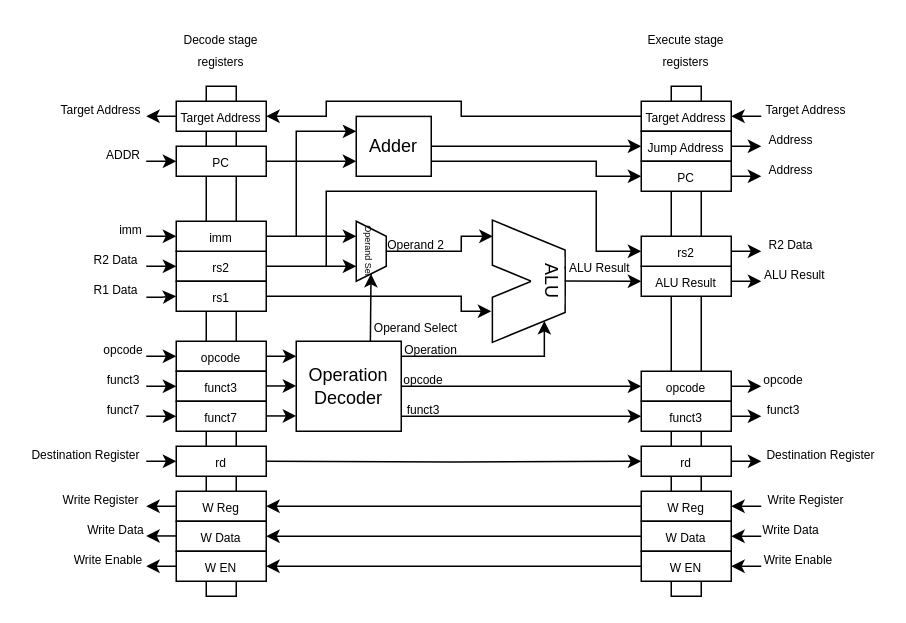
Above: page "Execute stage" (4 of 6) of docs/imgs/microarchitecture/multi-cycle_datapath.drawio in WachirawichN/C0-CPU (draw.io), before the change. Source tidied: cells renumbered, new cells numbered last; positions are measured from the earlier drawing's top-left corner, leaving out a move shared by most shapes. Both pictures are drawn from the tidied source at 150%, with x=0, y=0 at pixel (26, 26).
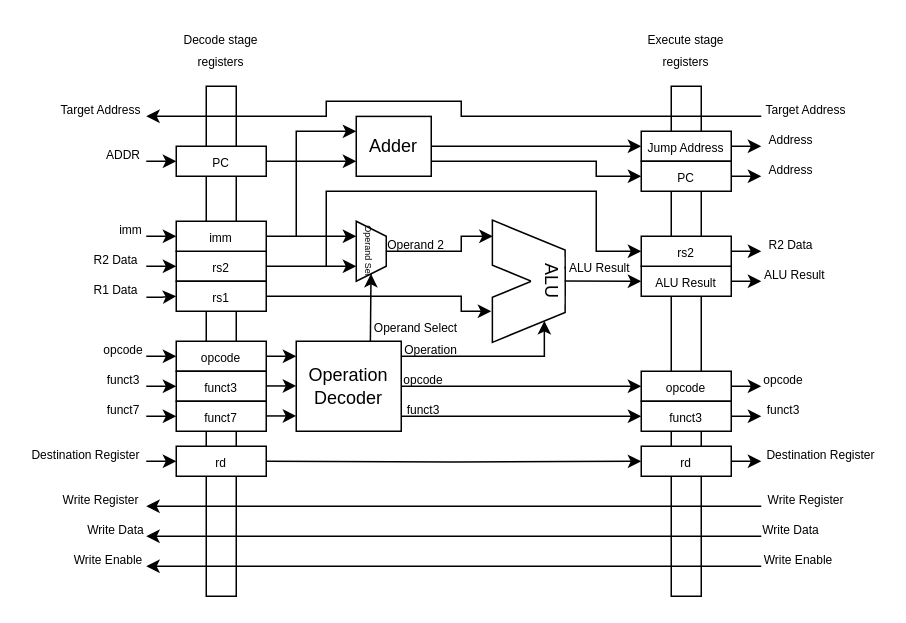
Above is the later version.

Unchanged cells that the change refers to:
```xml
<mxCell id="2" value="&lt;font style=&quot;font-size: 8px;&quot;&gt;Target Address&lt;/font&gt;" style="text;html=1;whiteSpace=wrap;strokeColor=none;fillColor=none;align=center;verticalAlign=middle;rounded=0;" parent="1" vertex="1">
  <mxGeometry x="20" y="50" width="60" height="10" as="geometry" />
</mxCell>
<mxCell id="3" value="&lt;span style=&quot;font-size: 8px;&quot;&gt;Write Register&lt;/span&gt;" style="text;html=1;whiteSpace=wrap;strokeColor=none;fillColor=none;align=center;verticalAlign=middle;rounded=0;" parent="1" vertex="1">
  <mxGeometry x="20" y="310" width="60" height="10" as="geometry" />
</mxCell>
<mxCell id="4" value="&lt;font style=&quot;font-size: 8px;&quot;&gt;Write Data&lt;/font&gt;" style="text;html=1;whiteSpace=wrap;strokeColor=none;fillColor=none;align=center;verticalAlign=middle;rounded=0;" parent="1" vertex="1">
  <mxGeometry x="40" y="330" width="40" height="10" as="geometry" />
</mxCell>
<mxCell id="5" value="&lt;font style=&quot;font-size: 8px;&quot;&gt;Write Enable&lt;/font&gt;" style="text;html=1;whiteSpace=wrap;strokeColor=none;fillColor=none;align=center;verticalAlign=middle;rounded=0;" parent="1" vertex="1">
  <mxGeometry x="30" y="350" width="50" height="10" as="geometry" />
</mxCell>
<mxCell id="65" value="&lt;font style=&quot;font-size: 8px;&quot;&gt;Target Address&lt;/font&gt;" style="text;html=1;whiteSpace=wrap;strokeColor=none;fillColor=none;align=center;verticalAlign=middle;rounded=0;" parent="1" vertex="1">
  <mxGeometry x="490" y="50" width="60" height="10" as="geometry" />
</mxCell>
<mxCell id="66" value="&lt;span style=&quot;font-size: 8px;&quot;&gt;Write Register&lt;/span&gt;" style="text;html=1;whiteSpace=wrap;strokeColor=none;fillColor=none;align=center;verticalAlign=middle;rounded=0;" parent="1" vertex="1">
  <mxGeometry x="490" y="310" width="60" height="10" as="geometry" />
</mxCell>
<mxCell id="67" value="&lt;font style=&quot;font-size: 8px;&quot;&gt;Write Data&lt;/font&gt;" style="text;html=1;whiteSpace=wrap;strokeColor=none;fillColor=none;align=center;verticalAlign=middle;rounded=0;" parent="1" vertex="1">
  <mxGeometry x="490" y="329.8" width="40" height="10.2" as="geometry" />
</mxCell>
<mxCell id="68" value="&lt;font style=&quot;font-size: 8px;&quot;&gt;Write Enable&lt;/font&gt;" style="text;html=1;whiteSpace=wrap;strokeColor=none;fillColor=none;align=center;verticalAlign=middle;rounded=0;" parent="1" vertex="1">
  <mxGeometry x="490" y="350" width="50" height="10" as="geometry" />
</mxCell>
<mxCell id="84" style="group;" parent="1" vertex="1">
  <mxGeometry x="100" width="60" height="380" as="geometry" />
</mxCell>
<mxCell id="99" style="group;" parent="1" vertex="1">
  <mxGeometry x="410" width="60" height="380" as="geometry" />
</mxCell>
```

The edit, as a diff of the source:
```diff
@@
-    <mxCell id="36" style="edgeStyle=orthogonalEdgeStyle;rounded=0;orthogonalLoop=1;jettySize=auto;html=1;exitX=0;exitY=0.5;exitDx=0;exitDy=0;" parent="1" edge="1">
-      <mxGeometry relative="1" as="geometry">
-        <mxPoint x="100" y="60" as="sourcePoint" />
-        <mxPoint x="80" y="60" as="targetPoint" />
-      </mxGeometry>
-    </mxCell>
@@
-    <mxCell id="45" style="edgeStyle=orthogonalEdgeStyle;rounded=0;orthogonalLoop=1;jettySize=auto;html=1;exitX=0;exitY=0.5;exitDx=0;exitDy=0;" parent="1" edge="1">
-      <mxGeometry relative="1" as="geometry">
-        <mxPoint x="100" y="320" as="sourcePoint" />
-        <mxPoint x="80" y="320" as="targetPoint" />
-      </mxGeometry>
-    </mxCell>
-    <mxCell id="46" style="edgeStyle=orthogonalEdgeStyle;rounded=0;orthogonalLoop=1;jettySize=auto;html=1;exitX=0;exitY=0.5;exitDx=0;exitDy=0;" parent="1" edge="1">
-      <mxGeometry relative="1" as="geometry">
-        <mxPoint x="100" y="339.8" as="sourcePoint" />
-        <mxPoint x="80" y="339.8" as="targetPoint" />
-      </mxGeometry>
-    </mxCell>
-    <mxCell id="47" style="edgeStyle=orthogonalEdgeStyle;rounded=0;orthogonalLoop=1;jettySize=auto;html=1;exitX=0;exitY=0.5;exitDx=0;exitDy=0;" parent="1" edge="1">
-      <mxGeometry relative="1" as="geometry">
-        <mxPoint x="100" y="360" as="sourcePoint" />
-        <mxPoint x="80" y="360" as="targetPoint" />
-      </mxGeometry>
-    </mxCell>
-    <mxCell id="48" style="edgeStyle=orthogonalEdgeStyle;rounded=0;jettySize=auto;html=1;exitX=0;exitY=0.5;exitDx=0;exitDy=0;" parent="1" edge="1" source="107">
-      <mxGeometry relative="1" as="geometry">
-        <mxPoint x="160" y="320" as="targetPoint" />
-      </mxGeometry>
-    </mxCell>
-    <mxCell id="49" style="edgeStyle=orthogonalEdgeStyle;rounded=0;jettySize=auto;html=1;exitX=0;exitY=0.5;exitDx=0;exitDy=0;" parent="1" edge="1" source="108">
-      <mxGeometry relative="1" as="geometry">
-        <mxPoint x="160" y="340" as="targetPoint" />
-      </mxGeometry>
-    </mxCell>
-    <mxCell id="50" style="edgeStyle=orthogonalEdgeStyle;rounded=0;jettySize=auto;html=1;exitX=0;exitY=0.5;exitDx=0;exitDy=0;" parent="1" edge="1" source="109">
-      <mxGeometry relative="1" as="geometry">
-        <mxPoint x="160" y="360" as="targetPoint" />
-      </mxGeometry>
-    </mxCell>
-    <mxCell id="51" style="edgeStyle=orthogonalEdgeStyle;rounded=0;jettySize=auto;html=1;exitX=0;exitY=0.5;exitDx=0;exitDy=0;entryX=1;entryY=0.5;entryDx=0;entryDy=0;" parent="1" edge="1" source="105" target="92">
-      <mxGeometry relative="1" as="geometry">
-        <Array as="points">
-          <mxPoint x="290" y="60" />
-          <mxPoint x="290" y="50" />
-          <mxPoint x="200" y="50" />
-          <mxPoint x="200" y="60" />
-        </Array>
-      </mxGeometry>
-    </mxCell>
@@
-    <mxCell id="56" style="endArrow=classic;html=1;rounded=0;entryX=1;entryY=0.5;entryDx=0;entryDy=0;exitX=0;exitY=1;exitDx=0;exitDy=0;" parent="1" edge="1" source="65" target="105">
-      <mxGeometry relative="1" as="geometry" />
-    </mxCell>
@@
-    <mxCell id="62" style="endArrow=classic;html=1;rounded=0;exitX=0;exitY=1;exitDx=0;exitDy=0;entryX=1;entryY=0.5;entryDx=0;entryDy=0;" parent="1" edge="1" source="66" target="107">
-      <mxGeometry relative="1" as="geometry" />
-    </mxCell>
-    <mxCell id="63" style="endArrow=classic;html=1;rounded=0;exitX=0;exitY=1;exitDx=0;exitDy=0;entryX=1;entryY=0.5;entryDx=0;entryDy=0;" parent="1" edge="1" source="67" target="108">
-      <mxGeometry relative="1" as="geometry" />
-    </mxCell>
-    <mxCell id="64" style="endArrow=classic;html=1;rounded=0;exitX=0;exitY=1;exitDx=0;exitDy=0;entryX=1;entryY=0.5;entryDx=0;entryDy=0;" parent="1" edge="1" source="68" target="109">
-      <mxGeometry relative="1" as="geometry" />
-    </mxCell>
@@
-    <mxCell id="92" value="&lt;font style=&quot;font-size: 8px;&quot;&gt;Target Address&lt;/font&gt;" style="rounded=0;whiteSpace=wrap;html=1;strokeColor=light-dark(#000000,#FFFFFF);fillColor=light-dark(#FFFFFF,#000000);" parent="84" vertex="1">
-      <mxGeometry y="50" width="60" height="20" as="geometry" />
-    </mxCell>
@@
-    <mxCell id="94" value="&lt;font style=&quot;font-size: 8px;&quot;&gt;W Reg&lt;/font&gt;" style="rounded=0;whiteSpace=wrap;html=1;strokeColor=light-dark(#000000,#FFFFFF);fillColor=light-dark(#FFFFFF,#000000);" parent="84" vertex="1">
-      <mxGeometry y="310" width="60" height="20" as="geometry" />
-    </mxCell>
-    <mxCell id="95" value="&lt;font style=&quot;font-size: 8px;&quot;&gt;W Data&lt;/font&gt;" style="rounded=0;whiteSpace=wrap;html=1;strokeColor=light-dark(#000000,#FFFFFF);fillColor=light-dark(#FFFFFF,#000000);" parent="84" vertex="1">
-      <mxGeometry y="330" width="60" height="20" as="geometry" />
-    </mxCell>
-    <mxCell id="96" value="&lt;font style=&quot;font-size: 8px;&quot;&gt;W EN&lt;/font&gt;" style="rounded=0;whiteSpace=wrap;html=1;strokeColor=light-dark(#000000,#FFFFFF);fillColor=light-dark(#FFFFFF,#000000);" parent="84" vertex="1">
-      <mxGeometry y="350" width="60" height="20" as="geometry" />
-    </mxCell>
@@
-    <mxCell id="105" value="&lt;font style=&quot;font-size: 8px;&quot;&gt;Target Address&lt;/font&gt;" style="rounded=0;whiteSpace=wrap;html=1;strokeColor=light-dark(#000000,#FFFFFF);fillColor=light-dark(#FFFFFF,#000000);" parent="99" vertex="1">
-      <mxGeometry y="50" width="60" height="20" as="geometry" />
-    </mxCell>
@@
-    <mxCell id="107" value="&lt;span style=&quot;font-size: 8px;&quot;&gt;W Reg&lt;/span&gt;" style="rounded=0;whiteSpace=wrap;html=1;strokeColor=light-dark(#000000,#FFFFFF);fillColor=light-dark(#FFFFFF,#000000);" parent="99" vertex="1">
-      <mxGeometry y="310" width="60" height="20" as="geometry" />
-    </mxCell>
-    <mxCell id="108" value="&lt;font style=&quot;font-size: 8px;&quot;&gt;W Data&lt;/font&gt;" style="rounded=0;whiteSpace=wrap;html=1;strokeColor=light-dark(#000000,#FFFFFF);fillColor=light-dark(#FFFFFF,#000000);" parent="99" vertex="1">
-      <mxGeometry y="330" width="60" height="20" as="geometry" />
-    </mxCell>
-    <mxCell id="109" value="&lt;font style=&quot;font-size: 8px;&quot;&gt;W EN&lt;/font&gt;" style="rounded=0;whiteSpace=wrap;html=1;strokeColor=light-dark(#000000,#FFFFFF);fillColor=light-dark(#FFFFFF,#000000);" parent="99" vertex="1">
-      <mxGeometry y="350" width="60" height="20" as="geometry" />
-    </mxCell>
@@
+    <mxCell id="113" style="endArrow=classic;html=1;rounded=0;entryX=1;entryY=1;entryDx=0;entryDy=0;exitX=0;exitY=1;exitDx=0;exitDy=0;" parent="1" edge="1" source="65" target="2">
+      <mxGeometry relative="1" as="geometry">
+        <Array as="points">
+          <mxPoint x="290" y="60" />
+          <mxPoint x="290" y="50" />
+          <mxPoint x="200" y="50" />
+          <mxPoint x="200" y="60" />
+        </Array>
+      </mxGeometry>
+    </mxCell>
+    <mxCell id="114" style="endArrow=classic;html=1;rounded=0;entryX=1;entryY=1;entryDx=0;entryDy=0;exitX=0;exitY=1;exitDx=0;exitDy=0;" parent="1" edge="1" source="66" target="3">
+      <mxGeometry relative="1" as="geometry" />
+    </mxCell>
+    <mxCell id="115" style="endArrow=classic;html=1;rounded=0;entryX=1;entryY=1;entryDx=0;entryDy=0;exitX=0;exitY=1;exitDx=0;exitDy=0;" parent="1" edge="1" source="67" target="4">
+      <mxGeometry relative="1" as="geometry" />
+    </mxCell>
+    <mxCell id="116" style="endArrow=classic;html=1;rounded=0;entryX=1;entryY=1;entryDx=0;entryDy=0;exitX=0;exitY=1;exitDx=0;exitDy=0;" parent="1" edge="1" source="68" target="5">
+      <mxGeometry relative="1" as="geometry" />
+    </mxCell>
```
